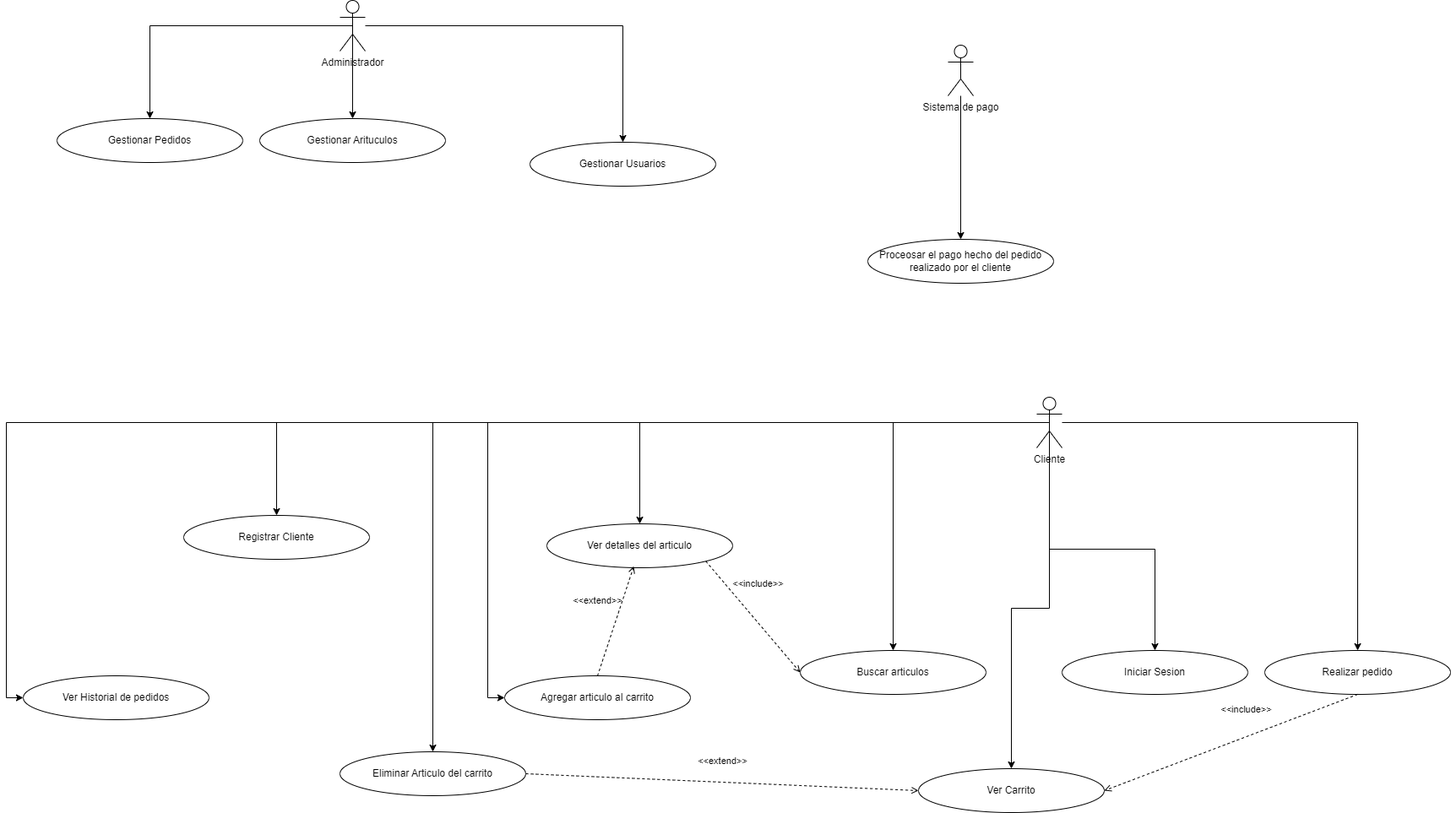
The draw.io diagram Diagrama de caso de uso para App de venta de articulos Online.drawio.png in trixarg-bot/Diagrams, before a commit. Source tidied: cells renumbered, new cells last; positions are measured from the earlier drawing's top-left corner, leaving out a move shared by most shapes.
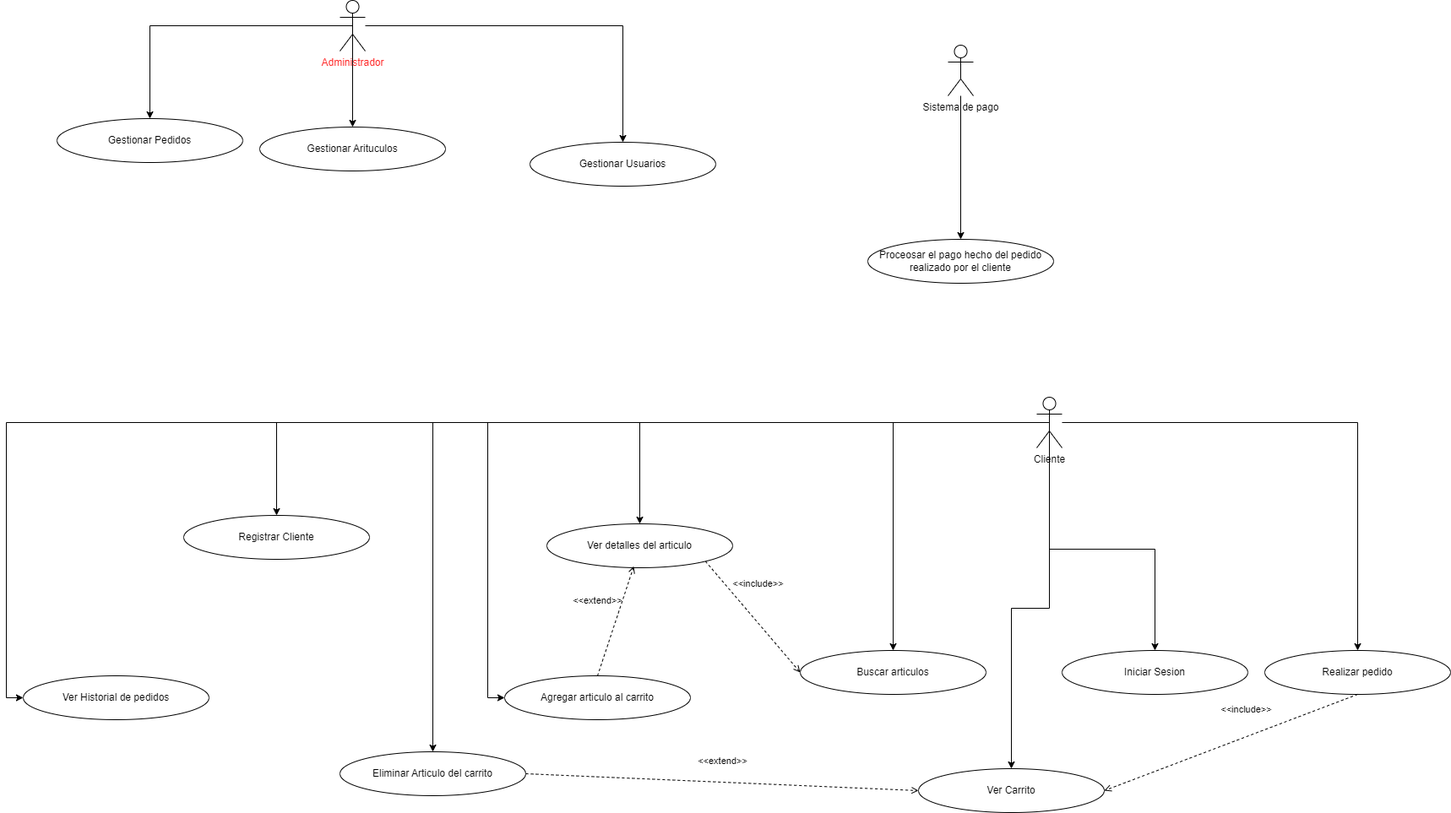
After the commit.

Diff of the diagram source:
```diff
@@ -48,11 +48,11 @@
     <mxCell id="15" style="edgeStyle=orthogonalEdgeStyle;rounded=0;jettySize=auto;html=1;exitX=0.5;exitY=0.5;exitDx=0;exitDy=0;exitPerimeter=0;entryX=0.5;entryY=0;entryDx=0;entryDy=0;" parent="1" edge="1" source="16" target="18">
       <mxGeometry relative="1" as="geometry" />
     </mxCell>
-    <mxCell id="16" value="Administrador" style="shape=umlActor;verticalLabelPosition=bottom;verticalAlign=top;html=1;" parent="1" vertex="1">
+    <mxCell id="16" value="&lt;font color=&quot;#ff2929&quot;&gt;Administrador&lt;/font&gt;" style="shape=umlActor;verticalLabelPosition=bottom;verticalAlign=top;html=1;" parent="1" vertex="1">
       <mxGeometry x="375" width="30" height="60" as="geometry" />
     </mxCell>
     <mxCell id="17" value="Gestionar Arituculos" style="ellipse;html=1;whiteSpace=wrap;" parent="1" vertex="1">
-      <mxGeometry x="280" y="140" width="220" height="52" as="geometry" />
+      <mxGeometry x="280" y="150" width="220" height="52" as="geometry" />
     </mxCell>
     <mxCell id="18" value="Gestionar Pedidos" style="ellipse;html=1;whiteSpace=wrap;" parent="1" vertex="1">
       <mxGeometry x="40" y="140" width="220" height="52" as="geometry" />
```
